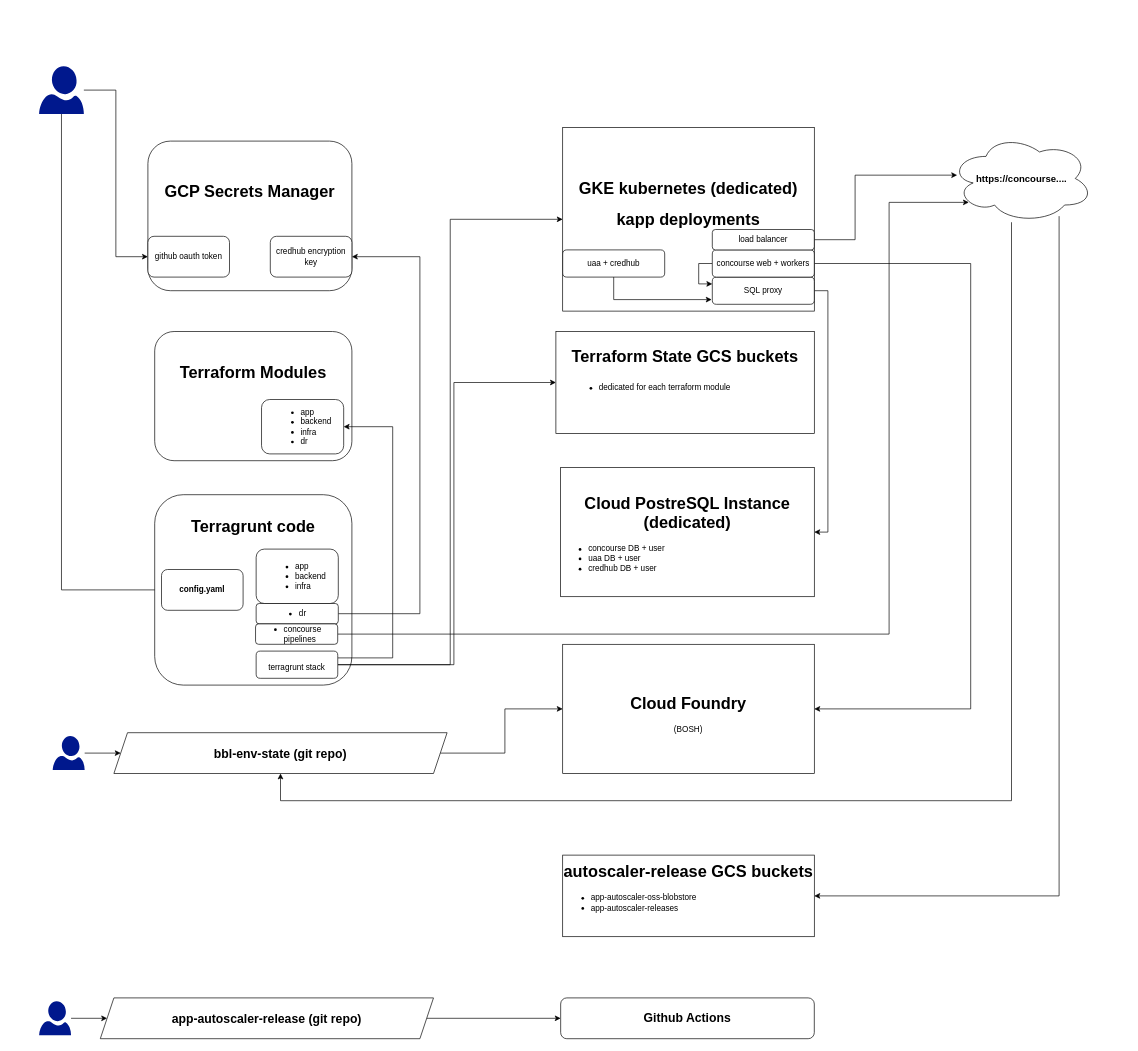
This is ci/terragrunt/doc/concourse-architecture.drawio from cloudfoundry/app-autoscaler-release, a draw.io file, before an edit. Source tidied: cells renumbered, new cells numbered last; positions are measured from the earlier drawing's top-left corner, leaving out a move shared by most shapes. Both pictures are drawn from the tidied source at 68%, with x=0, y=0 at pixel (39, 66).
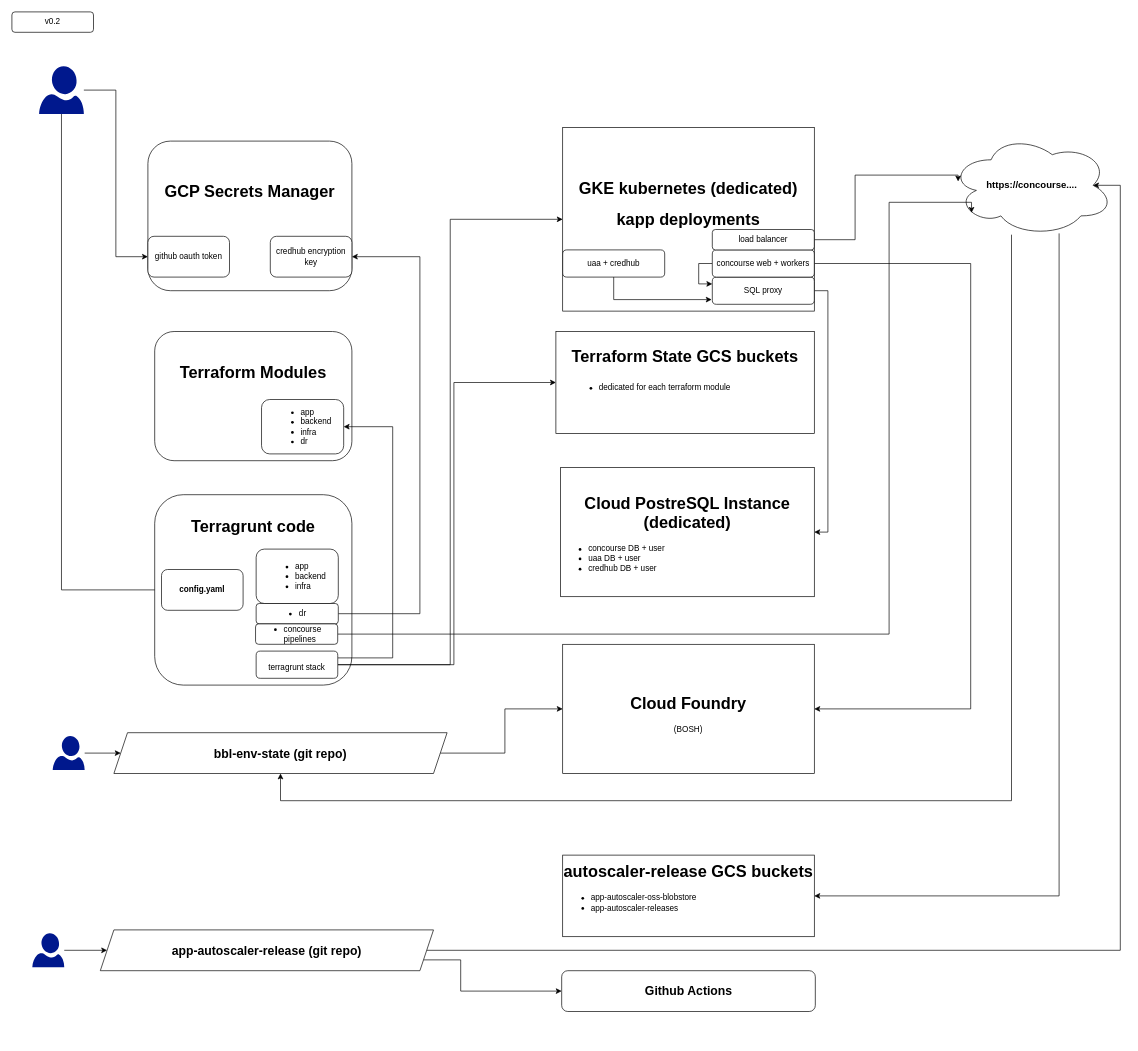
After the change.

Change to the diagram source:
```diff
@@
     <mxCell id="31" value="&lt;h3&gt;https://concourse....&lt;/h3&gt;" style="ellipse;shape=cloud;whiteSpace=wrap;html=1;rounded=0;glass=0;fontSize=12;" parent="1" vertex="1">
-      <mxGeometry x="1340" y="100" width="210" height="130" as="geometry" />
+      <mxGeometry x="1340" y="100" width="240" height="150" as="geometry" />
     </mxCell>
@@
-    <mxCell id="44" style="edgeStyle=orthogonalEdgeStyle;rounded=0;jettySize=auto;html=1;entryX=0;entryY=0.5;entryDx=0;entryDy=0;fontSize=12;" parent="1" edge="1" source="45" target="48">
-      <mxGeometry relative="1" as="geometry" />
+    <mxCell id="44" style="edgeStyle=orthogonalEdgeStyle;rounded=0;jettySize=auto;html=1;entryX=0;entryY=0.5;entryDx=0;entryDy=0;fontSize=12;exitX=1;exitY=0.75;exitDx=0;exitDy=0;" parent="1" edge="1" source="45" target="48">
+      <mxGeometry relative="1" as="geometry">
+        <Array as="points">
+          <mxPoint x="620" y="1314" />
+          <mxPoint x="620" y="1360" />
+        </Array>
+      </mxGeometry>
     </mxCell>
+    <mxCell id="49" style="edgeStyle=orthogonalEdgeStyle;rounded=0;jettySize=auto;html=1;entryX=0.875;entryY=0.5;entryDx=0;entryDy=0;entryPerimeter=0;fontSize=12;endArrow=classic;endFill=1;startArrow=none;startFill=0;" parent="1" edge="1" source="45" target="31">
+      <mxGeometry relative="1" as="geometry">
+        <Array as="points">
+          <mxPoint x="1590" y="1300" />
+          <mxPoint x="1590" y="175" />
+        </Array>
+      </mxGeometry>
+    </mxCell>
     <mxCell id="45" value="&lt;h1&gt;&lt;font style=&quot;font-size: 18px;&quot;&gt;app-autoscaler-release (git repo)&lt;/font&gt;&lt;/h1&gt;" style="shape=parallelogram;perimeter=parallelogramPerimeter;whiteSpace=wrap;html=1;fixedSize=1;rounded=0;glass=0;fontSize=12;" parent="1" vertex="1">
-      <mxGeometry x="90" y="1370" width="490" height="60" as="geometry" />
+      <mxGeometry x="90" y="1270" width="490" height="60" as="geometry" />
     </mxCell>
@@
     <mxCell id="47" style="sketch=0;shadow=0;dashed=0;html=1;strokeColor=none;labelPosition=center;verticalLabelPosition=bottom;verticalAlign=top;align=center;fillColor=#00188D;shape=mxgraph.azure.user;fontSize=24;" parent="1" vertex="1">
-      <mxGeometry y="1375" width="47" height="50" as="geometry" />
+      <mxGeometry x="-10" y="1275" width="47" height="50" as="geometry" />
     </mxCell>
     <mxCell id="48" value="&lt;h2&gt;Github Actions&lt;/h2&gt;" style="rounded=1;whiteSpace=wrap;html=1;glass=0;fontSize=12;" parent="1" vertex="1">
-      <mxGeometry x="767" y="1370" width="373" height="60" as="geometry" />
+      <mxGeometry x="768.5" y="1330" width="373" height="60" as="geometry" />
     </mxCell>
+    <mxCell id="50" value="v0.2" style="rounded=1;whiteSpace=wrap;html=1;glass=0;fontSize=12;" parent="1" vertex="1">
+      <mxGeometry x="-40" y="-80" width="120" height="30" as="geometry" />
+    </mxCell>
```
